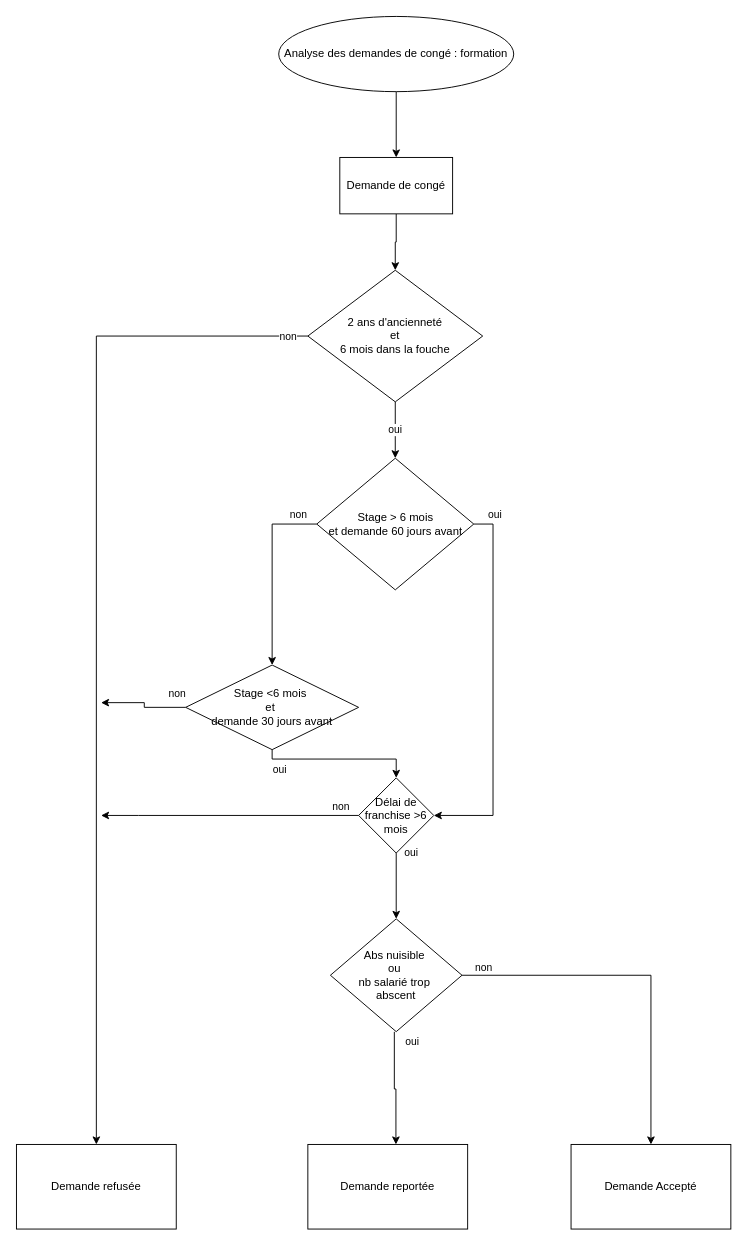
Before: R2_10b.drawio in Nereoll/draw.io, a draw.io diagram. Source tidied: cells renumbered, new cells numbered last; positions are measured from the earlier drawing's top-left corner, leaving out a move shared by most shapes. Both pictures are drawn from the tidied source at 94%, with x=0, y=0 at pixel (16, 16).
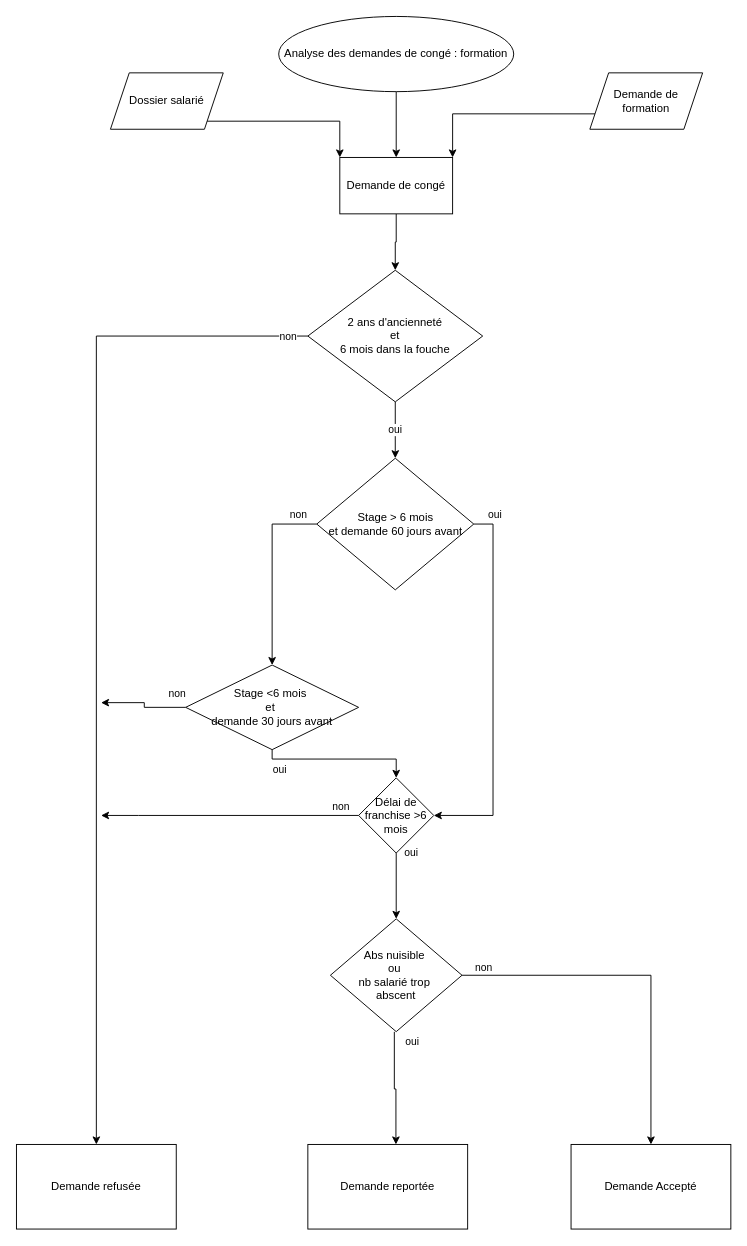
The same page after the edit.

Commit message (it also covers changes not shown here):
Mettre à jour R2_10b.drawio

Unchanged cells that the change refers to:
```xml
<mxCell id="5" value="Demande de congé" style="rounded=0;whiteSpace=wrap;html=1;" parent="1" vertex="1">
  <mxGeometry x="344" y="150" width="120" height="60" as="geometry" />
</mxCell>
```

The edit, as a diff of the source:
```diff
@@
+    <mxCell id="31" style="edgeStyle=orthogonalEdgeStyle;rounded=0;jettySize=auto;html=1;exitX=1;exitY=1;exitDx=0;exitDy=0;entryX=0;entryY=0;entryDx=0;entryDy=0;" parent="1" edge="1" source="32" target="5">
+      <mxGeometry relative="1" as="geometry" />
+    </mxCell>
+    <mxCell id="32" value="Dossier salarié" style="shape=parallelogram;perimeter=parallelogramPerimeter;whiteSpace=wrap;html=1;fixedSize=1;" parent="1" vertex="1">
+      <mxGeometry x="100" y="60" width="120" height="60" as="geometry" />
+    </mxCell>
+    <mxCell id="33" value="&lt;div&gt;Demande de &lt;br&gt;&lt;/div&gt;&lt;div&gt;formation&lt;br&gt;&lt;/div&gt;" style="shape=parallelogram;perimeter=parallelogramPerimeter;whiteSpace=wrap;html=1;fixedSize=1;" parent="1" vertex="1">
+      <mxGeometry x="610" y="60" width="120" height="60" as="geometry" />
+    </mxCell>
+    <mxCell id="34" style="edgeStyle=orthogonalEdgeStyle;rounded=0;jettySize=auto;html=1;exitX=0;exitY=0.75;exitDx=0;exitDy=0;entryX=1;entryY=0;entryDx=0;entryDy=0;" parent="1" edge="1" source="33" target="5">
+      <mxGeometry relative="1" as="geometry" />
+    </mxCell>
```
